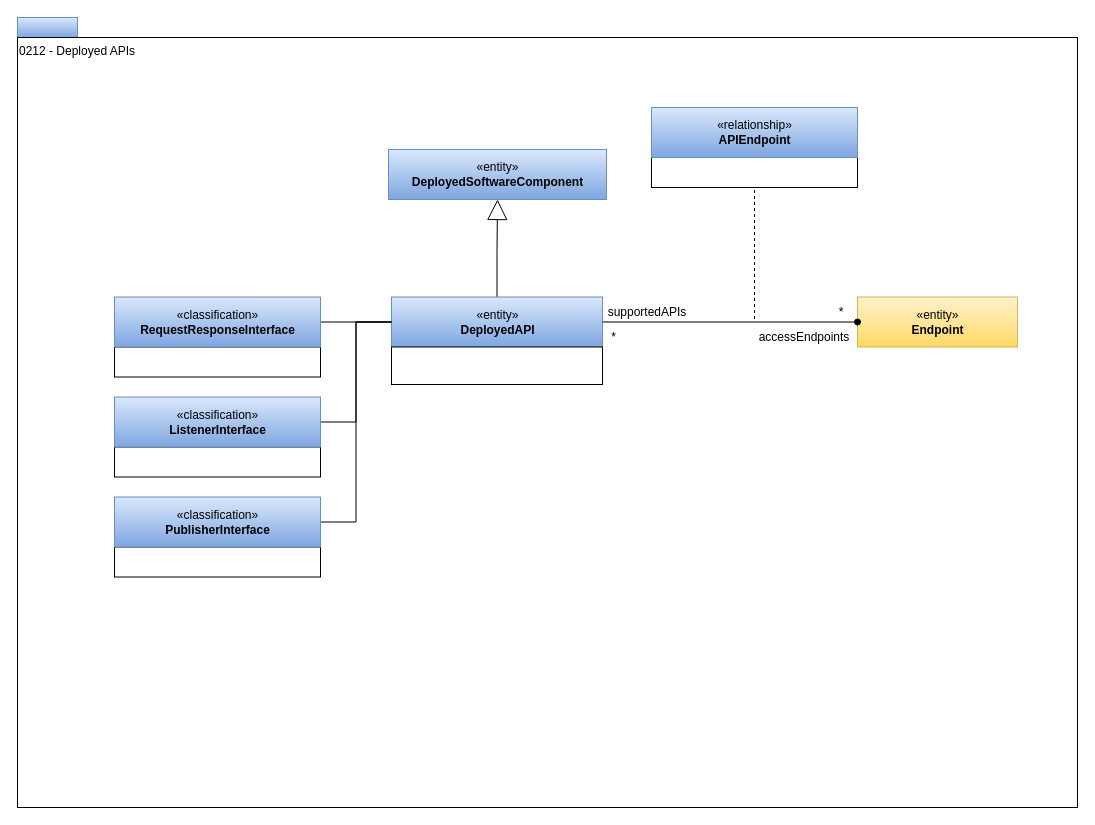
Above: page "0212-Deployed-APIs" (5 of 24) of site/docs/types/2/area-2-assets.drawio in odpi/egeria-docs (draw.io), before the change. Source tidied: cells renumbered, new cells numbered last; positions are measured from the earlier drawing's top-left corner, leaving out a move shared by most shapes. Both pictures are drawn from the tidied source at 100%, with x=0, y=0 at pixel (17, 17).
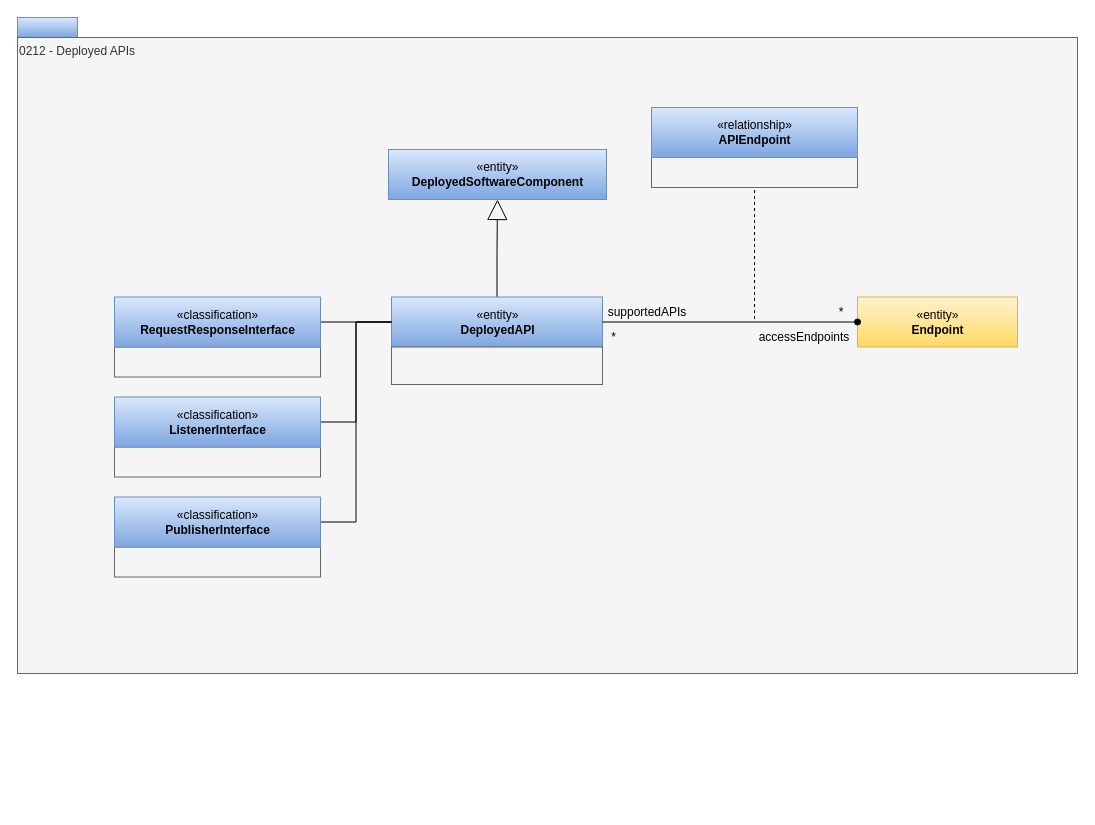
The same page after the edit.

Change to the diagram source:
```diff
@@
-    <mxCell id="3" value="0212 - Deployed APIs" style="rounded=0;whiteSpace=wrap;html=1;align=left;verticalAlign=top;" parent="1" vertex="1">
-      <mxGeometry y="20" width="1060" height="770" as="geometry" />
+    <mxCell id="3" value="0212 - Deployed APIs" style="rounded=0;whiteSpace=wrap;html=1;align=left;verticalAlign=top;fillColor=#f5f5f5;fontColor=#333333;strokeColor=#666666;" parent="1" vertex="1">
+      <mxGeometry y="20" width="1060" height="636" as="geometry" />
     </mxCell>
@@
-    <mxCell id="13" style="rounded=0;whiteSpace=wrap;html=1;strokeColor=#000000;gradientColor=#ffffff;align=left;" parent="1" vertex="1">
+    <mxCell id="13" style="rounded=0;whiteSpace=wrap;html=1;strokeColor=#666666;align=left;fillColor=#f5f5f5;fontColor=#333333;" parent="1" vertex="1">
       <mxGeometry x="634" y="140" width="206" height="30" as="geometry" />
     </mxCell>
@@
-    <mxCell id="15" style="rounded=0;whiteSpace=wrap;html=1;strokeColor=#000000;gradientColor=#ffffff;align=left;" parent="1" vertex="1">
+    <mxCell id="15" style="rounded=0;whiteSpace=wrap;html=1;strokeColor=#666666;align=left;fillColor=#f5f5f5;fontColor=#333333;" parent="1" vertex="1">
       <mxGeometry x="97" y="329.5" width="206" height="30" as="geometry" />
     </mxCell>
@@
-    <mxCell id="18" style="rounded=0;whiteSpace=wrap;html=1;strokeColor=#000000;gradientColor=#ffffff;align=left;" parent="1" vertex="1">
+    <mxCell id="18" style="rounded=0;whiteSpace=wrap;html=1;strokeColor=#666666;align=left;fillColor=#f5f5f5;fontColor=#333333;" parent="1" vertex="1">
       <mxGeometry x="374" y="329.5" width="211" height="37.5" as="geometry" />
     </mxCell>
-    <mxCell id="19" style="rounded=0;whiteSpace=wrap;html=1;strokeColor=#000000;gradientColor=#ffffff;align=left;" parent="1" vertex="1">
+    <mxCell id="19" style="rounded=0;whiteSpace=wrap;html=1;strokeColor=#666666;align=left;fillColor=#f5f5f5;fontColor=#333333;" parent="1" vertex="1">
       <mxGeometry x="97" y="429.5" width="206" height="30" as="geometry" />
     </mxCell>
@@
-    <mxCell id="22" style="rounded=0;whiteSpace=wrap;html=1;strokeColor=#000000;gradientColor=#ffffff;align=left;" parent="1" vertex="1">
+    <mxCell id="22" style="rounded=0;whiteSpace=wrap;html=1;strokeColor=#666666;align=left;fillColor=#f5f5f5;fontColor=#333333;" parent="1" vertex="1">
       <mxGeometry x="97" y="529.5" width="206" height="30" as="geometry" />
     </mxCell>
```
